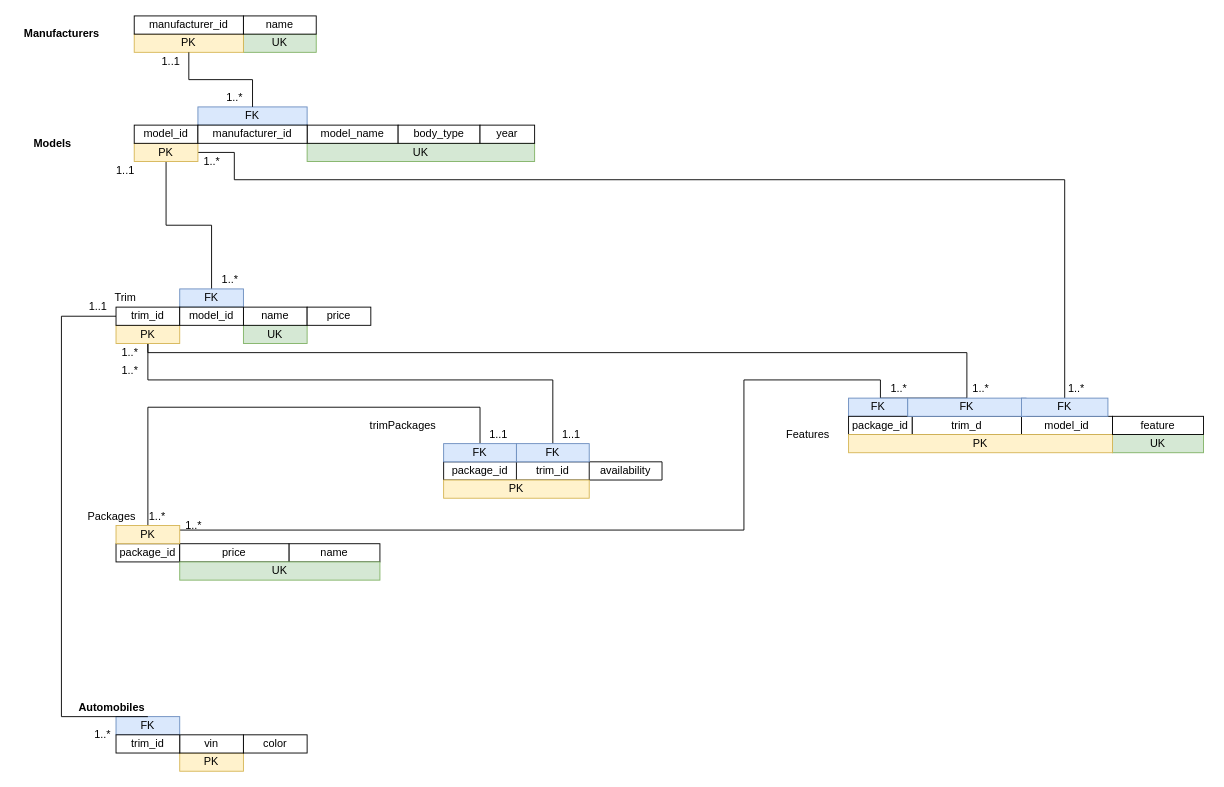
AnthraciteData/CECS-323- keeps this draw.io diagram as page "Scheme" (2 of 2) of Project 2.drawio. Above is the earlier version. Source tidied: cells renumbered, new cells numbered last; positions are measured from the earlier drawing's top-left corner, leaving out a move shared by most shapes. Both pictures are drawn from the tidied source at 91%, with x=0, y=0 at pixel (15, 15).
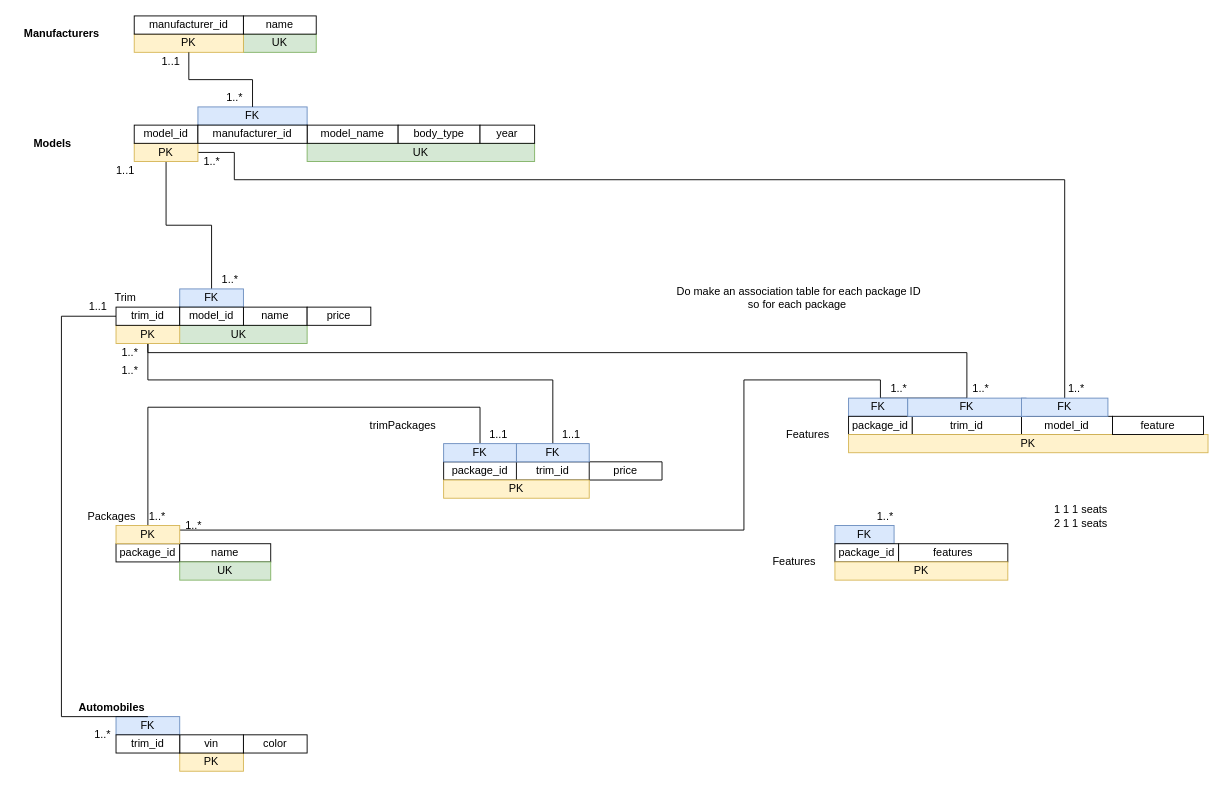
Above is the later version.

The change refers to these unchanged cells:
```xml
<mxCell id="54" style="shape=tableRow;horizontal=0;startSize=0;swimlaneHead=0;swimlaneBody=0;top=0;left=0;bottom=0;right=0;fillColor=none;" parent="53" vertex="1">
  <mxGeometry width="240" height="20" as="geometry" />
</mxCell>
```

Change to the diagram source:
```diff
@@
     <mxCell id="31" value="name" style="whiteSpace=wrap;html=1;" parent="1" vertex="1">
-      <mxGeometry x="300" y="580" width="100" height="20" as="geometry" />
+      <mxGeometry x="180" y="580" width="100" height="20" as="geometry" />
     </mxCell>
-    <mxCell id="32" value="price" style="whiteSpace=wrap;html=1;" parent="1" vertex="1">
-      <mxGeometry x="180" y="580" width="120" height="20" as="geometry" />
-    </mxCell>
     <mxCell id="33" value="UK" style="whiteSpace=wrap;html=1;fillColor=#d5e8d4;strokeColor=#82b366;" parent="1" vertex="1">
-      <mxGeometry x="250" y="340" width="70" height="20" as="geometry" />
+      <mxGeometry x="170" y="340" width="150" height="20" as="geometry" />
     </mxCell>
@@
-    <mxCell id="47" value="UK" style="whiteSpace=wrap;html=1;fillColor=#d5e8d4;strokeColor=#82b366;" parent="1" vertex="1">
-      <mxGeometry x="1205" y="460" width="100" height="20" as="geometry" />
-    </mxCell>
@@
-    <mxCell id="50" value="trim_d" style="whiteSpace=wrap;html=1;" parent="1" vertex="1">
+    <mxCell id="50" value="trim_id" style="whiteSpace=wrap;html=1;" parent="1" vertex="1">
       <mxGeometry x="985" y="440" width="120" height="20" as="geometry" />
     </mxCell>
     <mxCell id="51" value="PK" style="whiteSpace=wrap;html=1;fillColor=#fff2cc;strokeColor=#d6b656;" parent="1" vertex="1">
-      <mxGeometry x="915" y="460" width="290" height="20" as="geometry" />
+      <mxGeometry x="915" y="460" width="395" height="20" as="geometry" />
     </mxCell>
@@
-    <mxCell id="57" value="availability" style="shape=partialRectangle;html=1;whiteSpace=wrap;fillColor=none;top=0;left=0;bottom=0;right=0;overflow=hidden;" parent="54" vertex="1">
+    <mxCell id="57" value="price" style="shape=partialRectangle;html=1;whiteSpace=wrap;fillColor=none;top=0;left=0;bottom=0;right=0;overflow=hidden;" parent="54" vertex="1">
       <mxGeometry x="160" width="80" height="20" as="geometry" />
     </mxCell>
@@
     <mxCell id="60" value="UK" style="whiteSpace=wrap;html=1;fillColor=#d5e8d4;strokeColor=#82b366;" parent="1" vertex="1">
-      <mxGeometry x="180" y="600" width="220" height="20" as="geometry" />
+      <mxGeometry x="180" y="600" width="100" height="20" as="geometry" />
     </mxCell>
@@
+    <mxCell id="79" value="Do make an association table for each package ID&lt;br&gt;so for each package&amp;nbsp;" style="text;html=1;align=center;verticalAlign=middle;strokeColor=none;fillColor=none;" parent="1" vertex="1">
+      <mxGeometry x="720" y="295" width="280" height="30" as="geometry" />
+    </mxCell>
+    <mxCell id="80" value="Features" style="text;html=1;align=center;verticalAlign=middle;strokeColor=none;fillColor=none;" parent="1" vertex="1">
+      <mxGeometry x="825" y="590" width="60" height="20" as="geometry" />
+    </mxCell>
+    <mxCell id="81" value="FK" style="whiteSpace=wrap;html=1;fillColor=#dae8fc;strokeColor=#6c8ebf;" parent="1" vertex="1">
+      <mxGeometry x="900" y="560" width="65" height="20" as="geometry" />
+    </mxCell>
+    <mxCell id="82" value="package_id" style="whiteSpace=wrap;html=1;" parent="1" vertex="1">
+      <mxGeometry x="900" y="580" width="70" height="20" as="geometry" />
+    </mxCell>
+    <mxCell id="83" value="features" style="whiteSpace=wrap;html=1;" parent="1" vertex="1">
+      <mxGeometry x="970" y="580" width="120" height="20" as="geometry" />
+    </mxCell>
+    <mxCell id="84" value="PK" style="whiteSpace=wrap;html=1;fillColor=#fff2cc;strokeColor=#d6b656;" parent="1" vertex="1">
+      <mxGeometry x="900" y="600" width="190" height="20" as="geometry" />
+    </mxCell>
+    <mxCell id="85" value="1..*" style="text;html=1;align=center;verticalAlign=middle;strokeColor=none;fillColor=none;" parent="1" vertex="1">
+      <mxGeometry x="940" y="540" width="30" height="20" as="geometry" />
+    </mxCell>
+    <mxCell id="86" value="1 1 1 seats&lt;br&gt;2 1 1 seats" style="text;html=1;align=center;verticalAlign=middle;strokeColor=none;fillColor=none;" parent="1" vertex="1">
+      <mxGeometry x="1135" y="535" width="70" height="30" as="geometry" />
+    </mxCell>
```
